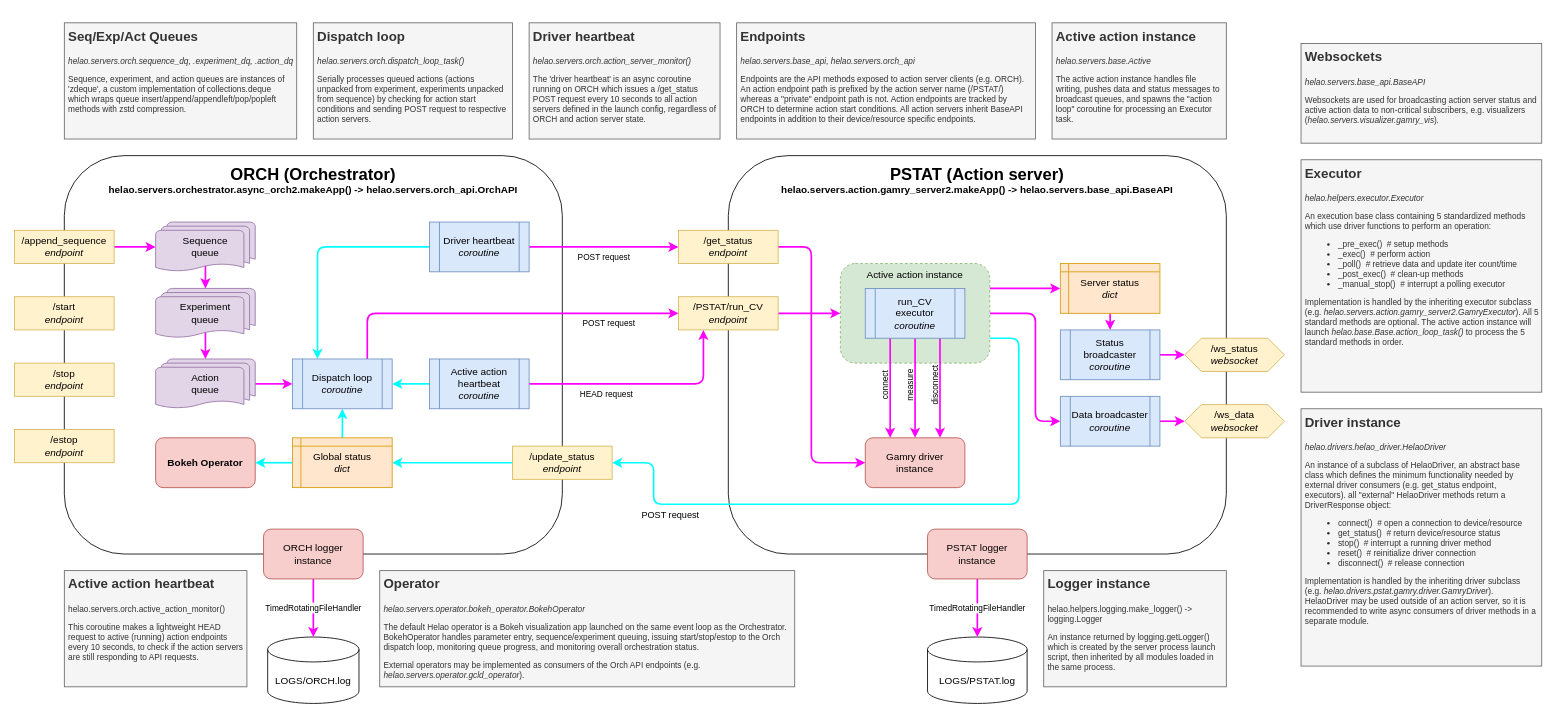
This is helao/drivers/helao_driver.drawio from High-Throughput-Experimentation/helao-async, a draw.io file, before an edit. Source tidied: cells renumbered, new cells numbered last; positions are measured from the earlier drawing's top-left corner, leaving out a move shared by most shapes. Both pictures are drawn from the tidied source at 83%, with x=0, y=0 at pixel (14, 22).
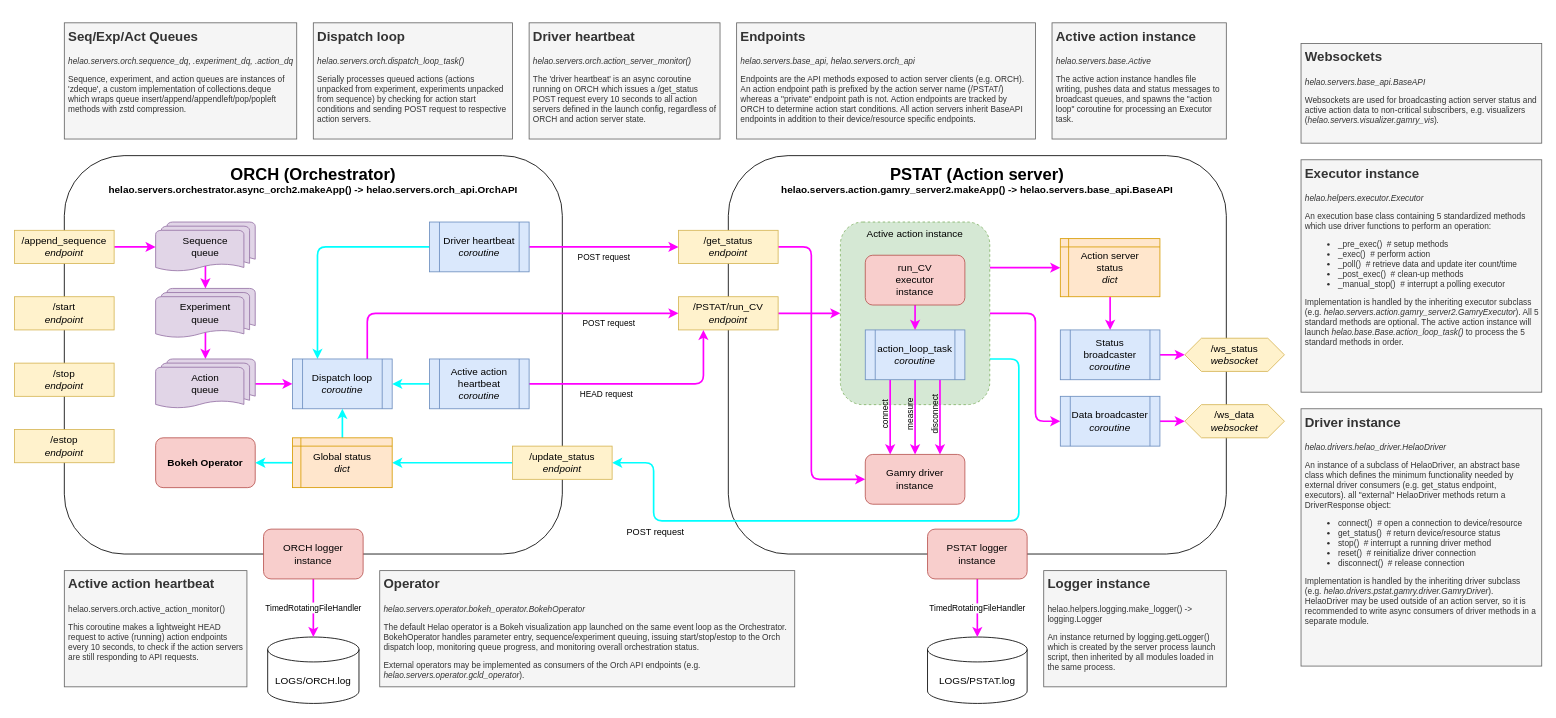
The same page after the edit.

Commit message (it also covers changes not shown here):
fix: clarify executor and action_loop_task coroutine

The change refers to these unchanged cells:
```xml
<mxCell id="25" value="/get_status&lt;br&gt;&lt;i&gt;endpoint&lt;/i&gt;" style="rounded=0;whiteSpace=wrap;html=1;strokeWidth=1;fillColor=#fff2cc;strokeColor=#d6b656;" parent="1" vertex="1">
  <mxGeometry x="800" y="250" width="120" height="40" as="geometry" />
</mxCell>
<mxCell id="47" value="/update_status&lt;br&gt;&lt;i&gt;endpoint&lt;/i&gt;" style="rounded=0;whiteSpace=wrap;html=1;strokeWidth=1;fillColor=#fff2cc;strokeColor=#d6b656;" parent="1" vertex="1">
  <mxGeometry x="600" y="510" width="120" height="40" as="geometry" />
</mxCell>
<mxCell id="65" value="Data broadcaster&lt;br&gt;&lt;i&gt;coroutine&lt;/i&gt;" style="shape=process;whiteSpace=wrap;html=1;backgroundOutline=1;fillColor=#dae8fc;strokeColor=#6c8ebf;" parent="1" vertex="1">
  <mxGeometry x="1260" y="450" width="120" height="60" as="geometry" />
</mxCell>
```

Diff of the diagram source:
```diff
@@
     <mxCell id="13" value="Gamry driver&lt;br&gt;instance" style="rounded=1;whiteSpace=wrap;html=1;strokeWidth=1;fillColor=#f8cecc;strokeColor=#b85450;" parent="1" vertex="1">
-      <mxGeometry x="1025" y="500" width="120" height="60" as="geometry" />
+      <mxGeometry x="1025" y="520" width="120" height="60" as="geometry" />
     </mxCell>
     <mxCell id="14" value="POST request" style="edgeStyle=none;html=1;exitX=1;exitY=0.75;exitDx=0;exitDy=0;entryX=1;entryY=0.5;entryDx=0;entryDy=0;verticalAlign=top;strokeColor=#00FFFF;strokeWidth=2;" parent="1" edge="1" source="17" target="47">
       <mxGeometry x="0.69" relative="1" as="geometry">
         <Array as="points">
-          <mxPoint x="1210" y="380" />
-          <mxPoint x="1210" y="580" />
-          <mxPoint x="770" y="580" />
+          <mxPoint x="1210" y="405" />
+          <mxPoint x="1210" y="600" />
+          <mxPoint x="770" y="600" />
           <mxPoint x="770" y="530" />
         </Array>
       </mxGeometry>
     </mxCell>
+    <mxCell id="16" style="edgeStyle=none;html=1;exitX=1;exitY=0.5;exitDx=0;exitDy=0;entryX=0;entryY=0.5;entryDx=0;entryDy=0;fontSize=12;strokeColor=#FF00FF;strokeWidth=2;" parent="1" edge="1" source="17" target="65">
+      <mxGeometry relative="1" as="geometry">
+        <Array as="points">
+          <mxPoint x="1230" y="350" />
+          <mxPoint x="1230" y="480" />
+        </Array>
+      </mxGeometry>
+    </mxCell>
-    <mxCell id="15" style="edgeStyle=none;html=1;exitX=1;exitY=0.25;exitDx=0;exitDy=0;fontSize=12;strokeColor=#FF00FF;strokeWidth=2;" parent="1" edge="1" source="17" target="61">
+    <mxCell id="15" style="edgeStyle=none;html=1;exitX=1;exitY=0.25;exitDx=0;exitDy=0;entryX=0;entryY=0.5;entryDx=0;entryDy=0;strokeColor=#FF00FF;strokeWidth=2;fontSize=12;" parent="1" edge="1" source="17" target="61">
       <mxGeometry relative="1" as="geometry" />
     </mxCell>
-    <mxCell id="16" style="edgeStyle=none;html=1;exitX=1;exitY=0.5;exitDx=0;exitDy=0;entryX=0;entryY=0.5;entryDx=0;entryDy=0;fontSize=12;strokeColor=#FF00FF;strokeWidth=2;" parent="1" edge="1" source="17" target="65">
-      <mxGeometry relative="1" as="geometry">
-        <Array as="points">
-          <mxPoint x="1230" y="350" />
-          <mxPoint x="1230" y="480" />
-        </Array>
-      </mxGeometry>
-    </mxCell>
     <mxCell id="17" value="Active action instance" style="rounded=1;whiteSpace=wrap;html=1;strokeWidth=1;verticalAlign=top;fillColor=#d5e8d4;strokeColor=#82b366;dashed=1;" parent="1" vertex="1">
-      <mxGeometry x="995" y="290" width="180" height="120" as="geometry" />
+      <mxGeometry x="995" y="240" width="180" height="220" as="geometry" />
     </mxCell>
@@
-    <mxCell id="21" value="run_CV&lt;br&gt;executor&lt;br&gt;&lt;i&gt;coroutine&lt;/i&gt;" style="shape=process;whiteSpace=wrap;html=1;backgroundOutline=1;strokeWidth=1;fillColor=#dae8fc;strokeColor=#6c8ebf;" parent="1" vertex="1">
-      <mxGeometry x="1025" y="320" width="120" height="60" as="geometry" />
+    <mxCell id="21" value="action_loop_task&lt;br&gt;&lt;i&gt;coroutine&lt;/i&gt;" style="shape=process;whiteSpace=wrap;html=1;backgroundOutline=1;strokeWidth=1;fillColor=#dae8fc;strokeColor=#6c8ebf;" parent="1" vertex="1">
+      <mxGeometry x="1025" y="370" width="120" height="60" as="geometry" />
     </mxCell>
@@
     <mxCell id="24" style="edgeStyle=none;html=1;exitX=1;exitY=0.5;exitDx=0;exitDy=0;entryX=0;entryY=0.5;entryDx=0;entryDy=0;labelBackgroundColor=none;fontSize=10;strokeColor=#FF00FF;strokeWidth=2;" parent="1" edge="1" source="25" target="13">
       <mxGeometry relative="1" as="geometry">
         <Array as="points">
           <mxPoint x="960" y="270" />
-          <mxPoint x="960" y="530" />
+          <mxPoint x="960" y="550" />
         </Array>
       </mxGeometry>
     </mxCell>
@@
-    <mxCell id="42" value="&lt;h1&gt;&lt;font style=&quot;font-size: 16px;&quot;&gt;Executor&lt;/font&gt;&lt;br&gt;&lt;/h1&gt;&lt;p&gt;&lt;i&gt;helao.helpers.executor.Executor&lt;/i&gt;&lt;br&gt;&lt;/p&gt;&lt;p&gt;An execution base class containing 5 standardized methods which use driver functions to perform an operation:&lt;/p&gt;&lt;ul&gt;&lt;li&gt;_pre_exec()&amp;nbsp; # setup methods&lt;br&gt;&lt;/li&gt;&lt;li&gt;_exec()&amp;nbsp; # perform action&lt;br&gt;&lt;/li&gt;&lt;li&gt;_poll()&amp;nbsp; # retrieve data and update iter count/time&lt;br&gt;&lt;/li&gt;&lt;li&gt;_post_exec()&amp;nbsp; # clean-up methods&lt;br&gt;&lt;/li&gt;&lt;li&gt;_manual_stop()&amp;nbsp; # interrupt a polling executor&lt;br&gt;&lt;/li&gt;&lt;/ul&gt;&lt;div&gt;Implementation is handled by the inheriting executor subclass (e.g. &lt;i&gt;helao.servers.action.gamry_server2.GamryExecutor&lt;/i&gt;). All 5 standard methods are optional. The active action instance will launch &lt;i&gt;helao.base.Base.action_loop_task()&lt;/i&gt; to process the 5 standard methods in order.&lt;br&gt;&lt;/div&gt;" style="text;html=1;strokeColor=#666666;fillColor=#f5f5f5;spacing=5;spacingTop=-20;whiteSpace=wrap;overflow=hidden;rounded=0;strokeWidth=1;fontSize=10;labelBackgroundColor=none;fontColor=#333333;" parent="1" vertex="1">
+    <mxCell id="42" value="&lt;h1&gt;&lt;font style=&quot;font-size: 16px;&quot;&gt;Executor instance&lt;/font&gt;&lt;br&gt;&lt;/h1&gt;&lt;p&gt;&lt;i&gt;helao.helpers.executor.Executor&lt;/i&gt;&lt;br&gt;&lt;/p&gt;&lt;p&gt;An execution base class containing 5 standardized methods which use driver functions to perform an operation:&lt;/p&gt;&lt;ul&gt;&lt;li&gt;_pre_exec()&amp;nbsp; # setup methods&lt;br&gt;&lt;/li&gt;&lt;li&gt;_exec()&amp;nbsp; # perform action&lt;br&gt;&lt;/li&gt;&lt;li&gt;_poll()&amp;nbsp; # retrieve data and update iter count/time&lt;br&gt;&lt;/li&gt;&lt;li&gt;_post_exec()&amp;nbsp; # clean-up methods&lt;br&gt;&lt;/li&gt;&lt;li&gt;_manual_stop()&amp;nbsp; # interrupt a polling executor&lt;br&gt;&lt;/li&gt;&lt;/ul&gt;&lt;div&gt;Implementation is handled by the inheriting executor subclass (e.g. &lt;i&gt;helao.servers.action.gamry_server2.GamryExecutor&lt;/i&gt;). All 5 standard methods are optional. The active action instance will launch &lt;i&gt;helao.base.Base.action_loop_task()&lt;/i&gt; to process the 5 standard methods in order.&lt;br&gt;&lt;/div&gt;" style="text;html=1;strokeColor=#666666;fillColor=#f5f5f5;spacing=5;spacingTop=-20;whiteSpace=wrap;overflow=hidden;rounded=0;strokeWidth=1;fontSize=10;labelBackgroundColor=none;fontColor=#333333;" parent="1" vertex="1">
       <mxGeometry x="1550" y="165" width="290" height="280" as="geometry" />
     </mxCell>
@@
-    <mxCell id="61" value="Server status&lt;br&gt;&lt;i&gt;dict&lt;br&gt;&lt;/i&gt;" style="shape=internalStorage;whiteSpace=wrap;html=1;backgroundOutline=1;fontSize=12;dx=10;dy=10;fillColor=#ffe6cc;strokeColor=#d79b00;" parent="1" vertex="1">
-      <mxGeometry x="1260" y="290" width="120" height="60" as="geometry" />
+    <mxCell id="61" value="Action server&lt;br&gt;status&lt;br&gt;&lt;i&gt;dict&lt;br&gt;&lt;/i&gt;" style="shape=internalStorage;whiteSpace=wrap;html=1;backgroundOutline=1;fontSize=12;dx=10;dy=10;fillColor=#ffe6cc;strokeColor=#d79b00;" parent="1" vertex="1">
+      <mxGeometry x="1260" y="260" width="120" height="70" as="geometry" />
     </mxCell>
@@
+    <mxCell id="69" style="edgeStyle=none;html=1;exitX=0.5;exitY=1;exitDx=0;exitDy=0;entryX=0.5;entryY=0;entryDx=0;entryDy=0;strokeColor=#FF00FF;strokeWidth=2;fontSize=12;" parent="1" edge="1" source="70" target="21">
+      <mxGeometry relative="1" as="geometry" />
+    </mxCell>
+    <mxCell id="70" value="run_CV&lt;br&gt;executor&lt;br&gt;instance" style="rounded=1;whiteSpace=wrap;html=1;strokeWidth=1;fillColor=#f8cecc;strokeColor=#b85450;" parent="1" vertex="1">
+      <mxGeometry x="1025" y="280" width="120" height="60" as="geometry" />
+    </mxCell>
```
